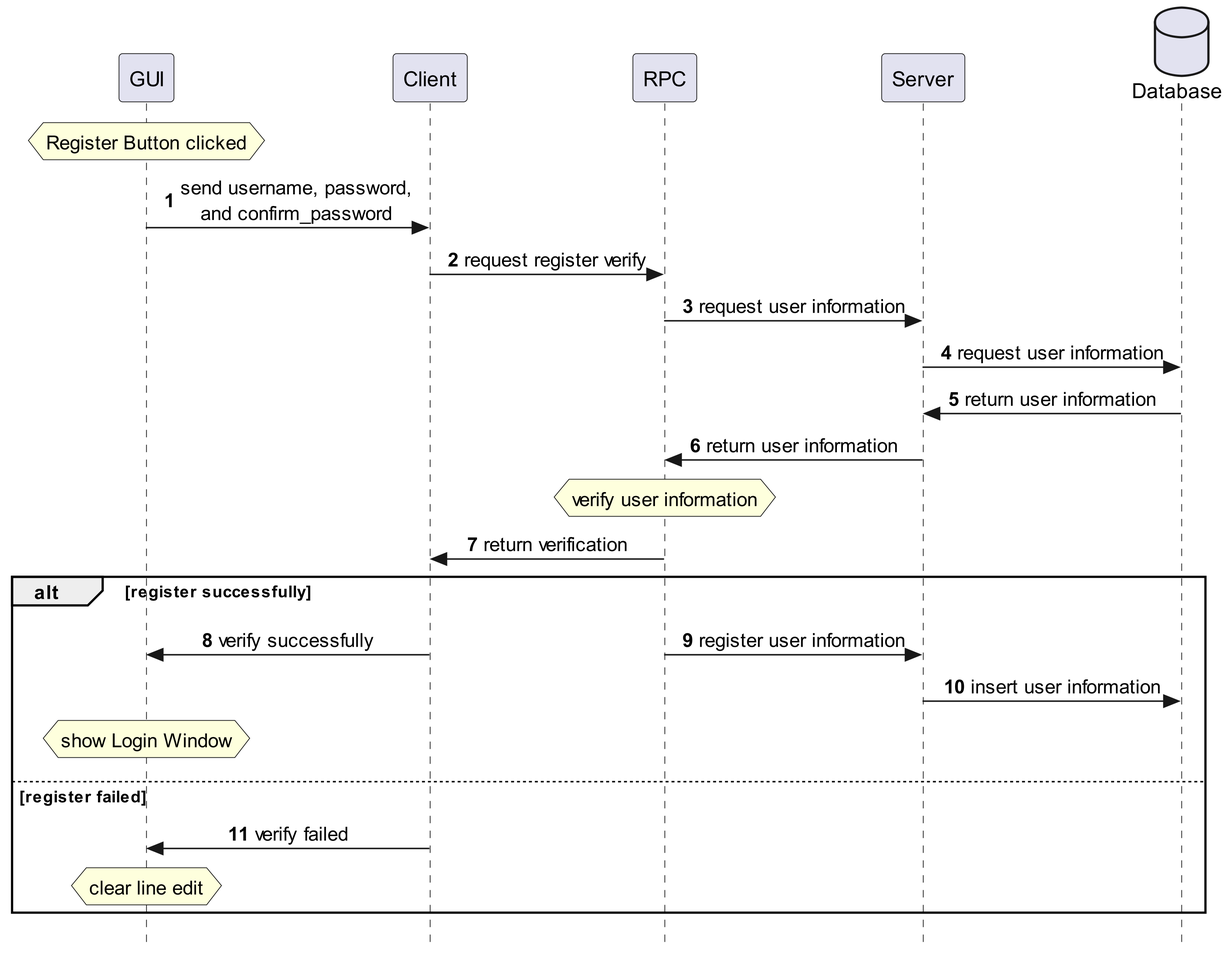
jack41402/Networking-Final keeps this PlantUML diagram as Docs/Flow Chart/register.png. Above is the earlier version. Source of this version:
```plantuml
@startuml
skinparam sequenceMessageAlign center
skinparam responseMessageBelowArrow false
skinparam style strictuml
hide unlinked
!pragma teoz true
autonumber

database "Database" as sql order 4
participant "Server" as server order 3
participant "RPC" as rpc order 2
participant "Client" as client order 1
participant "GUI" as gui order 0

hnote over gui: Register Button clicked
gui -> client: send username, password,\nand confirm_password
client -> rpc: request register verify
rpc -> server: request user information
server -> sql: request user information
server <- sql: return user information
rpc <- server: return user information
hnote over rpc: verify user information
client <- rpc: return verification
alt register successfully
    gui <- client: verify successfully
    &rpc -> server: register user information
    server -> sql: insert user information
    hnote over gui: show Login Window
else register failed
    gui <- client: verify failed
    hnote over gui: clear line edit
end

@enduml
```
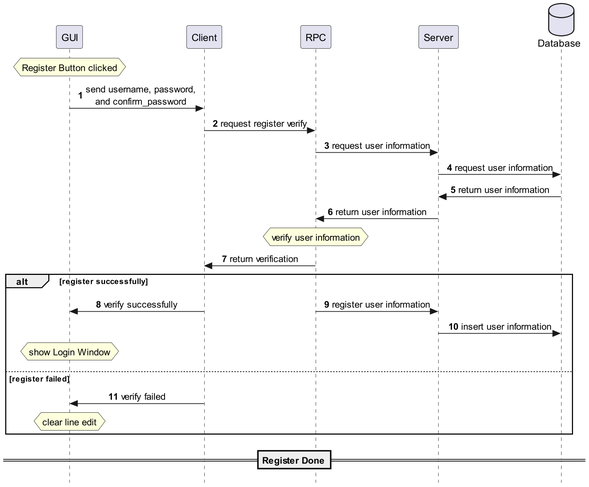
The same diagram one commit later.

Change to the diagram source:
```diff
@@ -30,5 +30,6 @@
     gui <- client: verify failed
     hnote over gui: clear line edit
 end
+==Register Done==
 
 @enduml
```
